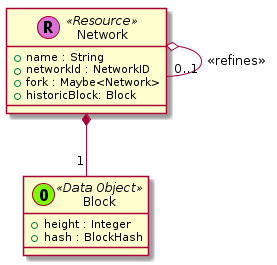
The PlantUML diagram contrib/trufflesuite/data-model/_images/plantuml-f1d9786a6a865c18aeb3e0bd1773420b9db82fe9.png in trufflesuite/artifact-updates, before a commit.
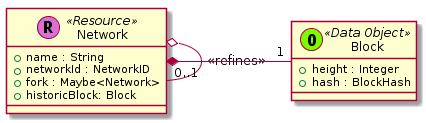
Later version of the same file.

Change to the diagram source:
```diff
@@ -12,20 +12,23 @@
 
 
 
-class Network << (R,orchid) Resource >> {
-  + name : String
-  + networkId : NetworkID
-  + fork : Maybe<Network>
-  + historicBlock: Block
-}
 
-class Block << (O,lawngreen) Data Object >> {
-  + height : Integer
-  + hash : BlockHash
-}
 
-Network o-- "0..1" Network : <<refines>>
-Network *-- "1" Block
+
+  class Network << (R,orchid) Resource >> {
+    + name : String
+    + networkId : NetworkID
+    + fork : Maybe<Network>
+    + historicBlock: Block
+  }
+
+  class Block << (O,lawngreen) Data Object >> {
+    + height : Integer
+    + hash : BlockHash
+  }
+
+  Network o-- "0..1" Network : <<refines>>
+  Network *-right- "1" Block
 
 
 
```
